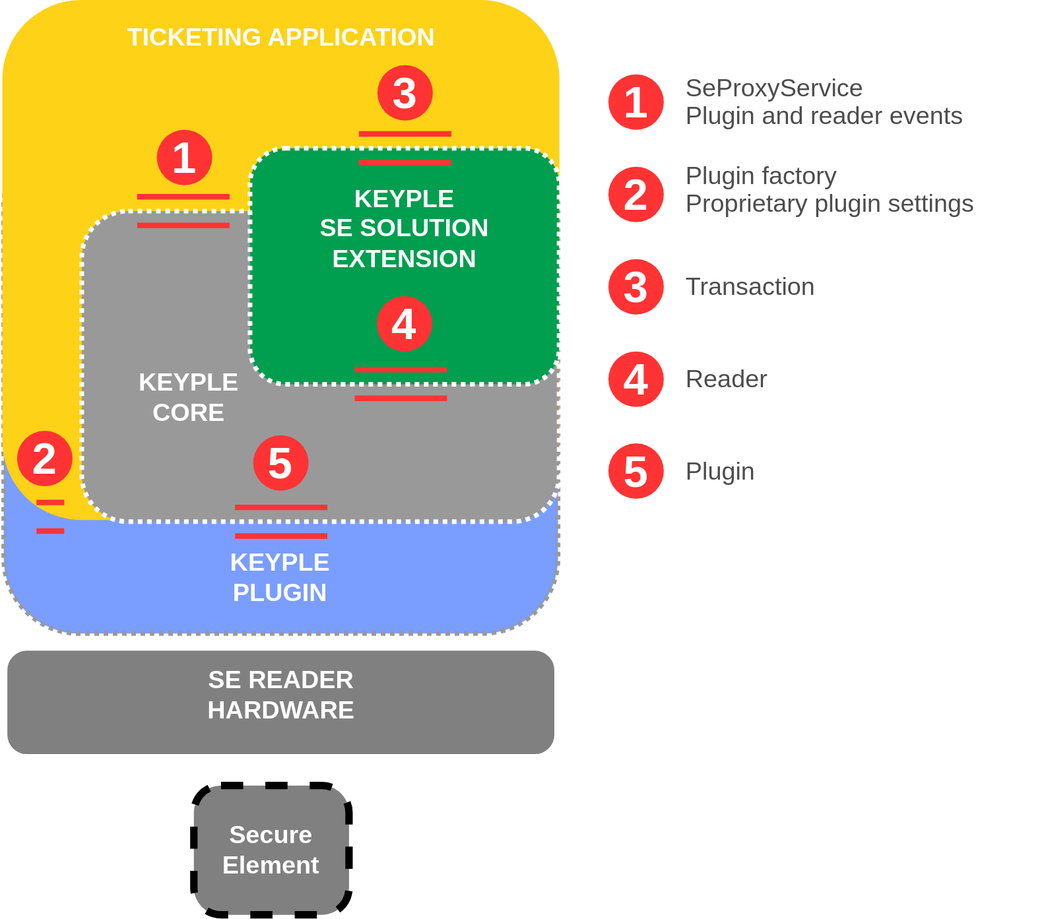
Above: content/docs/API Reference/keyple-interfaces.svg in jeanpierrefortune/keyple-website-1 (draw.io), before the change. Source tidied: cells renumbered, new cells last; positions are measured from the earlier drawing's top-left corner, leaving out a move shared by most shapes.
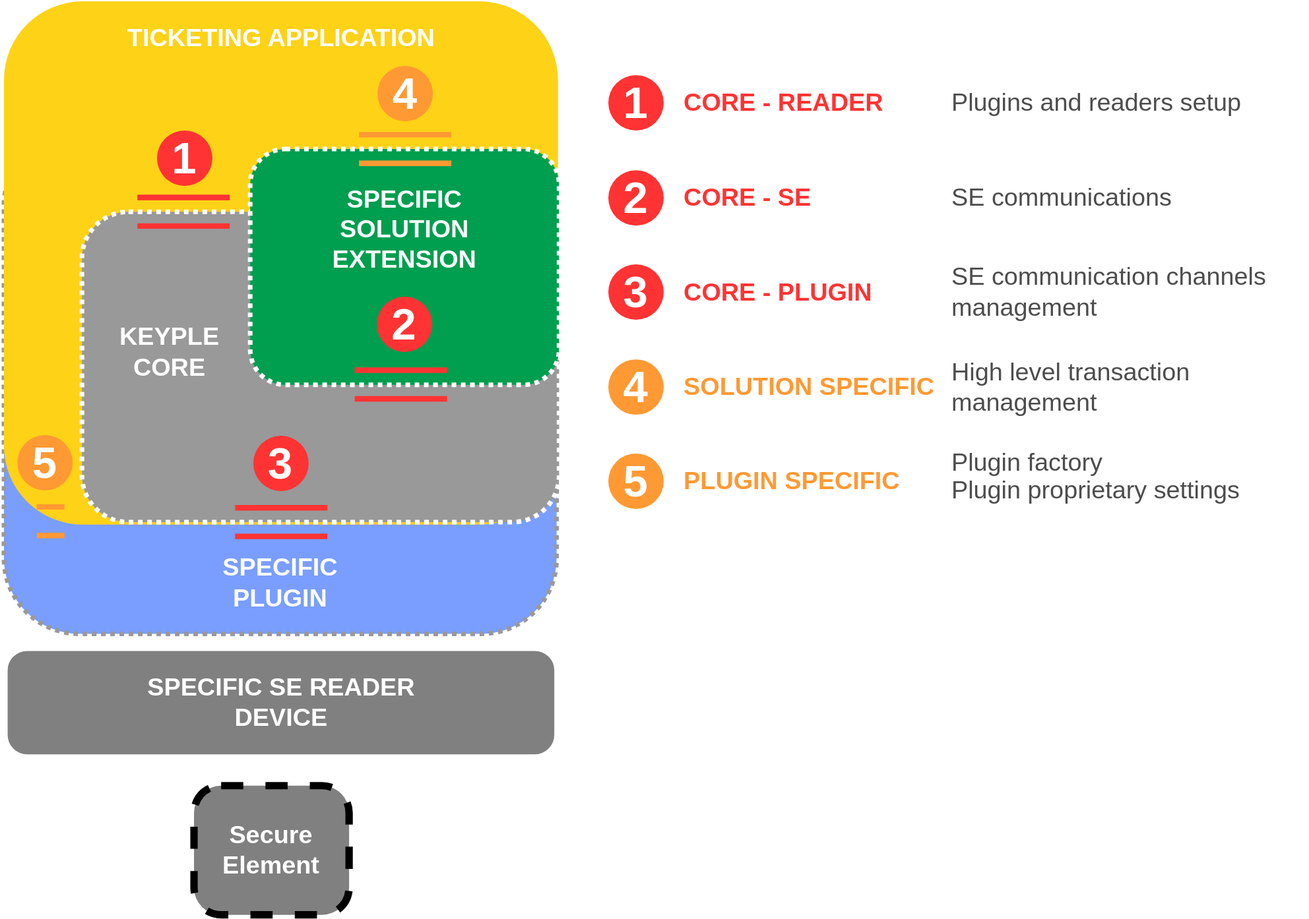
After the change.

Diff of the diagram source:
```diff
@@ -3,25 +3,25 @@
     <mxCell id="0" />
     <mxCell id="1" parent="0" />
     <mxCell id="2" style="whiteSpace=wrap;html=1;rounded=1;shadow=0;strokeWidth=5;fontSize=20;align=center;fillColor=#7A9EFF;strokeColor=#999999;dashed=1;dashPattern=1 1;" parent="1" vertex="1">
-      <mxGeometry x="0.5" y="139" width="600" height="545.5" as="geometry" />
+      <mxGeometry x="0.5" y="139" width="598.5" height="545.5" as="geometry" />
     </mxCell>
-    <mxCell id="3" style="whiteSpace=wrap;html=1;rounded=1;shadow=0;strokeWidth=3;fontSize=20;align=center;fillColor=#FED217;strokeColor=#FED217;" parent="1" vertex="1">
-      <mxGeometry x="0.5" width="600" height="560" as="geometry" />
+    <mxCell id="3" style="whiteSpace=wrap;html=1;rounded=1;shadow=0;strokeWidth=3;fontSize=20;align=center;fillColor=#FED217;strokeColor=none;" parent="1" vertex="1">
+      <mxGeometry x="0.5" y="-1" width="600" height="567" as="geometry" />
     </mxCell>
     <mxCell id="4" value="TICKETING APPLICATION" style="text;html=1;strokeColor=none;fillColor=none;align=center;verticalAlign=middle;whiteSpace=wrap;rounded=0;shadow=0;fontSize=27;fontColor=#FFFFFF;fontStyle=1;" parent="1" vertex="1">
-      <mxGeometry x="99.9" y="19" width="401.9" height="40.4" as="geometry" />
+      <mxGeometry x="99.5" y="19" width="401.9" height="40.4" as="geometry" />
     </mxCell>
     <mxCell id="5" value="KEYPLE&lt;br&gt;CORE" style="text;html=1;strokeColor=none;fillColor=none;align=center;verticalAlign=middle;whiteSpace=wrap;rounded=0;shadow=0;fontSize=27;fontColor=#FFFFFF;fontStyle=1;" parent="1" vertex="1">
       <mxGeometry x="116.2" y="489.4" width="188.4" height="40.4" as="geometry" />
     </mxCell>
-    <mxCell id="6" value="KEYPLE&lt;br&gt;PLUGIN" style="text;html=1;strokeColor=none;fillColor=none;align=center;verticalAlign=middle;whiteSpace=wrap;rounded=0;shadow=0;fontSize=27;fontColor=#FFFFFF;fontStyle=1;" parent="1" vertex="1">
-      <mxGeometry x="206.3" y="603.7" width="188.4" height="40.4" as="geometry" />
+    <mxCell id="6" value="SPECIFIC&lt;br&gt;PLUGIN" style="text;html=1;strokeColor=none;fillColor=none;align=center;verticalAlign=middle;whiteSpace=wrap;rounded=0;shadow=0;fontSize=27;fontColor=#FFFFFF;fontStyle=1;" parent="1" vertex="1">
+      <mxGeometry x="206.3" y="609" width="188.4" height="40.4" as="geometry" />
     </mxCell>
     <mxCell id="7" style="whiteSpace=wrap;html=1;rounded=1;shadow=0;strokeWidth=8;fontSize=20;align=center;strokeColor=#FFFFFF;arcSize=21;fillColor=#808080;" parent="1" vertex="1">
       <mxGeometry x="0.5" y="699" width="600" height="120" as="geometry" />
     </mxCell>
-    <mxCell id="8" value="SE READER&lt;br&gt;HARDWARE" style="text;html=1;strokeColor=none;fillColor=none;align=center;verticalAlign=middle;whiteSpace=wrap;rounded=0;shadow=0;fontSize=27;fontColor=#FFFFFF;fontStyle=1;" parent="1" vertex="1">
-      <mxGeometry x="206.7" y="731" width="188.4" height="40.4" as="geometry" />
+    <mxCell id="8" value="SPECIFIC SE READER&lt;br&gt;DEVICE" style="text;html=1;strokeColor=none;fillColor=none;align=center;verticalAlign=middle;whiteSpace=wrap;rounded=0;shadow=0;fontSize=27;fontColor=#FFFFFF;fontStyle=1;" parent="1" vertex="1">
+      <mxGeometry x="85.8" y="738.8" width="430" height="40.4" as="geometry" />
     </mxCell>
     <mxCell id="9" value="&lt;span style=&quot;color: rgb(255 , 255 , 255) ; font-size: 27px ; font-weight: 700&quot;&gt;Secure&lt;/span&gt;&lt;br style=&quot;color: rgb(255 , 255 , 255) ; font-size: 27px ; font-weight: 700&quot;&gt;&lt;span style=&quot;color: rgb(255 , 255 , 255) ; font-size: 27px ; font-weight: 700&quot;&gt;Element&lt;/span&gt;" style="whiteSpace=wrap;html=1;rounded=1;shadow=0;strokeWidth=8;fontSize=20;align=center;arcSize=21;fillColor=#808080;dashed=1;" parent="1" vertex="1">
       <mxGeometry x="206.3" y="849" width="168" height="140" as="geometry" />
@@ -29,38 +29,8 @@
     <mxCell id="10" style="whiteSpace=wrap;html=1;rounded=1;shadow=0;strokeWidth=5;fontSize=20;align=center;strokeColor=#FFFFFF;fillColor=#999999;dashed=1;dashPattern=1 1;" parent="1" vertex="1">
       <mxGeometry x="85" y="227" width="516.7" height="336.4" as="geometry" />
     </mxCell>
-    <mxCell id="11" style="group;" parent="1" vertex="1">
-      <mxGeometry x="267.2" y="159" width="470" height="300" as="geometry" />
-    </mxCell>
-    <mxCell id="12" style="whiteSpace=wrap;html=1;rounded=1;shadow=0;strokeWidth=5;fontSize=20;align=center;strokeColor=#FFFFFF;fillColor=#009E4F;dashed=1;dashPattern=1 1;" parent="11" vertex="1">
-      <mxGeometry width="334.5" height="255.6" as="geometry" />
-    </mxCell>
-    <mxCell id="13" value="KEYPLE&lt;br&gt;SE SOLUTION&lt;br&gt;EXTENSION" style="text;html=1;strokeColor=none;fillColor=none;align=center;verticalAlign=middle;whiteSpace=wrap;rounded=0;shadow=0;fontSize=27;fontColor=#FFFFFF;fontStyle=1;" parent="11" vertex="1">
-      <mxGeometry x="-31.2" y="40" width="396.9" height="94.2" as="geometry" />
-    </mxCell>
-    <mxCell id="14" value="&lt;b&gt;&lt;font style=&quot;font-size: 48px&quot; color=&quot;#ffffff&quot;&gt;4&lt;/font&gt;&lt;/b&gt;" style="ellipse;whiteSpace=wrap;html=1;fillColor=#FF3333;strokeColor=none;" parent="11" vertex="1">
-      <mxGeometry x="137.2" y="160" width="60" height="60" as="geometry" />
-    </mxCell>
-    <mxCell id="15" style="group;" parent="11" vertex="1">
-      <mxGeometry x="387.8" y="20" width="60" height="260" as="geometry" />
-    </mxCell>
-    <mxCell id="16" style="group;" parent="15" vertex="1">
-      <mxGeometry width="60" height="260" as="geometry" />
-    </mxCell>
-    <mxCell id="17" style="group;" parent="16" vertex="1">
-      <mxGeometry width="60" height="260" as="geometry" />
-    </mxCell>
-    <mxCell id="18" value="&lt;b&gt;&lt;font style=&quot;font-size: 48px&quot; color=&quot;#ffffff&quot;&gt;2&lt;/font&gt;&lt;/b&gt;" style="ellipse;whiteSpace=wrap;html=1;fillColor=#FF3333;strokeColor=none;" parent="17" vertex="1">
-      <mxGeometry width="60" height="60" as="geometry" />
-    </mxCell>
-    <mxCell id="19" value="&lt;b&gt;&lt;font style=&quot;font-size: 48px&quot; color=&quot;#ffffff&quot;&gt;3&lt;/font&gt;&lt;/b&gt;" style="ellipse;whiteSpace=wrap;html=1;fillColor=#FF3333;strokeColor=none;" parent="17" vertex="1">
-      <mxGeometry y="100" width="60" height="60" as="geometry" />
-    </mxCell>
-    <mxCell id="20" value="&lt;b&gt;&lt;font style=&quot;font-size: 48px&quot; color=&quot;#ffffff&quot;&gt;4&lt;/font&gt;&lt;/b&gt;" style="ellipse;whiteSpace=wrap;html=1;fillColor=#FF3333;strokeColor=none;" parent="17" vertex="1">
-      <mxGeometry y="200" width="60" height="60" as="geometry" />
-    </mxCell>
     <mxCell id="21" value="KEYPLE&lt;br&gt;CORE" style="text;html=1;strokeColor=none;fillColor=none;align=center;verticalAlign=middle;whiteSpace=wrap;rounded=0;shadow=0;fontSize=27;fontColor=#FFFFFF;fontStyle=1;" parent="1" vertex="1">
-      <mxGeometry x="107.5" y="408.6" width="188.4" height="40.4" as="geometry" />
+      <mxGeometry x="85.8" y="358.6" width="188.4" height="40.4" as="geometry" />
     </mxCell>
     <mxCell id="22" style="shape=link;html=1;fillColor=#FF3333;width=26;strokeWidth=6;strokeColor=#FF3333;" parent="1" edge="1">
       <mxGeometry relative="1" as="geometry">
@@ -68,22 +38,10 @@
         <mxPoint x="245" y="227" as="targetPoint" />
       </mxGeometry>
     </mxCell>
-    <mxCell id="23" style="shape=link;html=1;fillColor=#FF3333;width=26;strokeWidth=6;strokeColor=#FF3333;" parent="1" edge="1">
-      <mxGeometry relative="1" as="geometry">
-        <mxPoint x="385" y="159" as="sourcePoint" />
-        <mxPoint x="485" y="159" as="targetPoint" />
-      </mxGeometry>
-    </mxCell>
-    <mxCell id="24" style="shape=link;html=1;fillColor=#FF3333;width=26;strokeWidth=6;strokeColor=#FF3333;" parent="1" edge="1">
-      <mxGeometry relative="1" as="geometry">
-        <mxPoint x="380.4" y="414.2" as="sourcePoint" />
-        <mxPoint x="480.4" y="414.2" as="targetPoint" />
-      </mxGeometry>
-    </mxCell>
-    <mxCell id="25" style="shape=link;html=1;fillColor=#FF3333;width=26;strokeWidth=6;strokeColor=#FF3333;" parent="1" edge="1">
+    <mxCell id="25" style="shape=link;html=1;fillColor=#FF3333;width=26;strokeWidth=6;strokeColor=#FF9933;" parent="1" edge="1">
       <mxGeometry relative="1" as="geometry">
-        <mxPoint x="36" y="558" as="sourcePoint" />
-        <mxPoint x="66" y="558" as="targetPoint" />
+        <mxPoint x="36" y="562.4" as="sourcePoint" />
+        <mxPoint x="66" y="562.4" as="targetPoint" />
       </mxGeometry>
     </mxCell>
     <mxCell id="26" style="shape=link;html=1;fillColor=#FF3333;width=26;strokeWidth=6;strokeColor=#FF3333;" parent="1" edge="1">
@@ -95,47 +53,101 @@
     <mxCell id="27" value="&lt;b&gt;&lt;font style=&quot;font-size: 48px&quot; color=&quot;#ffffff&quot;&gt;1&lt;/font&gt;&lt;/b&gt;" style="ellipse;whiteSpace=wrap;html=1;fillColor=#FF3333;strokeColor=none;" parent="1" vertex="1">
       <mxGeometry x="166.2" y="139" width="60" height="60" as="geometry" />
     </mxCell>
-    <mxCell id="28" value="&lt;b&gt;&lt;font style=&quot;font-size: 48px&quot; color=&quot;#ffffff&quot;&gt;3&lt;/font&gt;&lt;/b&gt;" style="ellipse;whiteSpace=wrap;html=1;fillColor=#FF3333;strokeColor=none;" parent="1" vertex="1">
+    <mxCell id="28" value="&lt;b&gt;&lt;font style=&quot;font-size: 48px&quot; color=&quot;#ffffff&quot;&gt;4&lt;/font&gt;&lt;/b&gt;" style="ellipse;whiteSpace=wrap;html=1;strokeColor=none;fillColor=#FF9933;" parent="1" vertex="1">
       <mxGeometry x="405" y="69" width="60" height="60" as="geometry" />
     </mxCell>
+    <mxCell id="30" value="&lt;b&gt;&lt;font style=&quot;font-size: 48px&quot; color=&quot;#ffffff&quot;&gt;3&lt;/font&gt;&lt;/b&gt;" style="ellipse;whiteSpace=wrap;html=1;fillColor=#FF3333;strokeColor=none;" parent="1" vertex="1">
+      <mxGeometry x="270.5" y="469.7" width="60" height="60" as="geometry" />
+    </mxCell>
-    <mxCell id="29" value="&lt;b&gt;&lt;font style=&quot;font-size: 48px&quot; color=&quot;#ffffff&quot;&gt;2&lt;/font&gt;&lt;/b&gt;" style="ellipse;whiteSpace=wrap;html=1;fillColor=#FF3333;strokeColor=none;" parent="1" vertex="1">
-      <mxGeometry x="15" y="465" width="60" height="60" as="geometry" />
+    <mxCell id="29" value="&lt;b&gt;&lt;font style=&quot;font-size: 48px&quot; color=&quot;#ffffff&quot;&gt;5&lt;/font&gt;&lt;/b&gt;" style="ellipse;whiteSpace=wrap;html=1;strokeColor=none;fillColor=#FF9933;" parent="1" vertex="1">
+      <mxGeometry x="15" y="469" width="60" height="60" as="geometry" />
     </mxCell>
-    <mxCell id="30" value="&lt;b&gt;&lt;font style=&quot;font-size: 48px&quot; color=&quot;#ffffff&quot;&gt;5&lt;/font&gt;&lt;/b&gt;" style="ellipse;whiteSpace=wrap;html=1;fillColor=#FF3333;strokeColor=none;" parent="1" vertex="1">
-      <mxGeometry x="270.5" y="469.7" width="60" height="60" as="geometry" />
-    </mxCell>
-    <mxCell id="31" value="&lt;b&gt;&lt;font style=&quot;font-size: 48px&quot; color=&quot;#ffffff&quot;&gt;1&lt;/font&gt;&lt;/b&gt;" style="ellipse;whiteSpace=wrap;html=1;fillColor=#FF3333;strokeColor=none;" parent="1" vertex="1">
-      <mxGeometry x="655" y="79" width="60" height="60" as="geometry" />
-    </mxCell>
-    <mxCell id="32" value="Transaction" style="text;html=1;strokeColor=none;fillColor=none;align=left;verticalAlign=middle;whiteSpace=wrap;rounded=0;fontSize=27;fontColor=#4D4D4D;" parent="1" vertex="1">
-      <mxGeometry x="737.2" y="299" width="387.8" height="20" as="geometry" />
-    </mxCell>
-    <mxCell id="33" value="Reader" style="text;html=1;strokeColor=none;fillColor=none;align=left;verticalAlign=middle;whiteSpace=wrap;rounded=0;fontSize=27;fontColor=#4D4D4D;" parent="1" vertex="1">
-      <mxGeometry x="737.2" y="399" width="387.8" height="20" as="geometry" />
-    </mxCell>
-    <mxCell id="34" value="&lt;b&gt;&lt;font style=&quot;font-size: 48px&quot; color=&quot;#ffffff&quot;&gt;5&lt;/font&gt;&lt;/b&gt;" style="ellipse;whiteSpace=wrap;html=1;fillColor=#FF3333;strokeColor=none;" parent="1" vertex="1">
-      <mxGeometry x="655" y="478.5" width="60" height="60" as="geometry" />
-    </mxCell>
-    <mxCell id="35" value="Plugin" style="text;html=1;strokeColor=none;fillColor=none;align=left;verticalAlign=middle;whiteSpace=wrap;rounded=0;fontSize=27;fontColor=#4D4D4D;" parent="1" vertex="1">
-      <mxGeometry x="737.2" y="498.5" width="387.8" height="20" as="geometry" />
-    </mxCell>
-    <mxCell id="36" style="group;" parent="1" vertex="1">
-      <mxGeometry x="737.2" y="84" width="387.8" height="50" as="geometry" />
-    </mxCell>
-    <mxCell id="37" value="SeProxyService" style="text;html=1;strokeColor=none;fillColor=none;align=left;verticalAlign=middle;whiteSpace=wrap;rounded=0;fontSize=27;fontColor=#4D4D4D;" parent="36" vertex="1">
-      <mxGeometry width="387.8" height="20" as="geometry" />
-    </mxCell>
-    <mxCell id="38" value="Plugin and reader events" style="text;html=1;strokeColor=none;fillColor=none;align=left;verticalAlign=middle;whiteSpace=wrap;rounded=0;fontSize=27;fontColor=#4D4D4D;" parent="36" vertex="1">
-      <mxGeometry y="30" width="387.8" height="20" as="geometry" />
-    </mxCell>
+    <mxCell id="12" style="whiteSpace=wrap;html=1;rounded=1;shadow=0;strokeWidth=5;fontSize=20;align=center;strokeColor=#FFFFFF;fillColor=#009E4F;dashed=1;dashPattern=1 1;" parent="1" vertex="1">
+      <mxGeometry x="267.2" y="159" width="334.5" height="255.6" as="geometry" />
+    </mxCell>
+    <mxCell id="13" value="SPECIFIC&lt;br&gt;SOLUTION&lt;br&gt;EXTENSION" style="text;html=1;strokeColor=none;fillColor=none;align=center;verticalAlign=middle;whiteSpace=wrap;rounded=0;shadow=0;fontSize=27;fontColor=#FFFFFF;fontStyle=1;" parent="1" vertex="1">
+      <mxGeometry x="235.9" y="199" width="396.9" height="94.2" as="geometry" />
+    </mxCell>
+    <mxCell id="14" value="&lt;b&gt;&lt;font style=&quot;font-size: 48px&quot; color=&quot;#ffffff&quot;&gt;2&lt;/font&gt;&lt;/b&gt;" style="ellipse;whiteSpace=wrap;html=1;fillColor=#FF3333;strokeColor=none;" parent="1" vertex="1">
+      <mxGeometry x="404.4" y="319" width="60" height="60" as="geometry" />
+    </mxCell>
+    <mxCell id="42" style="group;" parent="1" vertex="1">
+      <mxGeometry x="655" y="489" width="757.8" height="60" as="geometry" />
+    </mxCell>
-    <mxCell id="39" style="group;" parent="1" vertex="1">
-      <mxGeometry x="737.2" y="179" width="387.8" height="50" as="geometry" />
+    <mxCell id="39" style="group;" parent="42" vertex="1">
+      <mxGeometry x="370" width="387.8" height="50" as="geometry" />
     </mxCell>
     <mxCell id="40" value="Plugin factory" style="text;html=1;strokeColor=none;fillColor=none;align=left;verticalAlign=middle;whiteSpace=wrap;rounded=0;fontSize=27;fontColor=#4D4D4D;" parent="39" vertex="1">
       <mxGeometry width="387.8" height="20" as="geometry" />
     </mxCell>
-    <mxCell id="41" value="Proprietary plugin settings" style="text;html=1;strokeColor=none;fillColor=none;align=left;verticalAlign=middle;whiteSpace=wrap;rounded=0;fontSize=27;fontColor=#4D4D4D;" parent="39" vertex="1">
+    <mxCell id="41" value="Plugin proprietary settings" style="text;html=1;strokeColor=none;fillColor=none;align=left;verticalAlign=middle;whiteSpace=wrap;rounded=0;fontSize=27;fontColor=#4D4D4D;" parent="39" vertex="1">
       <mxGeometry y="30" width="387.8" height="20" as="geometry" />
     </mxCell>
+    <mxCell id="43" value="PLUGIN SPECIFIC" style="text;html=1;strokeColor=none;fillColor=none;align=left;verticalAlign=middle;whiteSpace=wrap;rounded=0;fontSize=27;fontFamily=Helvetica;fontStyle=1;fontColor=#FF9933;" parent="42" vertex="1">
+      <mxGeometry x="80" y="20" width="340" height="20" as="geometry" />
+    </mxCell>
+    <mxCell id="18" value="&lt;b&gt;&lt;font style=&quot;font-size: 48px&quot; color=&quot;#ffffff&quot;&gt;5&lt;/font&gt;&lt;/b&gt;" style="ellipse;whiteSpace=wrap;html=1;strokeColor=none;fillColor=#FF9933;" parent="42" vertex="1">
+      <mxGeometry width="60" height="60" as="geometry" />
+    </mxCell>
+    <mxCell id="44" style="group;" parent="1" vertex="1">
+      <mxGeometry x="655" y="387" width="757.8" height="60" as="geometry" />
+    </mxCell>
+    <mxCell id="32" value="High level transaction management" style="text;html=1;strokeColor=none;fillColor=none;align=left;verticalAlign=middle;whiteSpace=wrap;rounded=0;fontSize=27;fontColor=#4D4D4D;" parent="44" vertex="1">
+      <mxGeometry x="370" y="20" width="387.8" height="20" as="geometry" />
+    </mxCell>
+    <mxCell id="45" value="SOLUTION SPECIFIC" style="text;html=1;strokeColor=none;fillColor=none;align=left;verticalAlign=middle;whiteSpace=wrap;rounded=0;fontSize=27;fontFamily=Helvetica;fontStyle=1;fontColor=#FF9933;" parent="44" vertex="1">
+      <mxGeometry x="80" y="20" width="340" height="20" as="geometry" />
+    </mxCell>
+    <mxCell id="19" value="&lt;b&gt;&lt;font style=&quot;font-size: 48px&quot; color=&quot;#ffffff&quot;&gt;4&lt;/font&gt;&lt;/b&gt;" style="ellipse;whiteSpace=wrap;html=1;strokeColor=none;fillColor=#FF9933;" parent="44" vertex="1">
+      <mxGeometry width="60" height="60" as="geometry" />
+    </mxCell>
+    <mxCell id="46" style="group;" parent="1" vertex="1">
+      <mxGeometry x="655" y="182" width="757.8" height="60" as="geometry" />
+    </mxCell>
+    <mxCell id="33" value="SE communications" style="text;html=1;strokeColor=none;fillColor=none;align=left;verticalAlign=middle;whiteSpace=wrap;rounded=0;fontSize=27;fontColor=#4D4D4D;" parent="46" vertex="1">
+      <mxGeometry x="370" y="20" width="387.8" height="20" as="geometry" />
+    </mxCell>
+    <mxCell id="47" value="CORE - SE" style="text;html=1;strokeColor=none;fillColor=none;align=left;verticalAlign=middle;whiteSpace=wrap;rounded=0;fontSize=27;fontFamily=Helvetica;fontStyle=1;fontColor=#FF3333;" parent="46" vertex="1">
+      <mxGeometry x="80" y="20" width="170" height="20" as="geometry" />
+    </mxCell>
+    <mxCell id="20" value="&lt;b&gt;&lt;font style=&quot;font-size: 48px&quot; color=&quot;#ffffff&quot;&gt;2&lt;/font&gt;&lt;/b&gt;" style="ellipse;whiteSpace=wrap;html=1;fillColor=#FF3333;strokeColor=none;" parent="46" vertex="1">
+      <mxGeometry width="60" height="60" as="geometry" />
+    </mxCell>
+    <mxCell id="48" style="group;" parent="1" vertex="1">
+      <mxGeometry x="655" y="284" width="757.8" height="60" as="geometry" />
+    </mxCell>
+    <mxCell id="34" value="&lt;b&gt;&lt;font style=&quot;font-size: 48px&quot; color=&quot;#ffffff&quot;&gt;3&lt;/font&gt;&lt;/b&gt;" style="ellipse;whiteSpace=wrap;html=1;fillColor=#FF3333;strokeColor=none;" parent="48" vertex="1">
+      <mxGeometry width="60" height="60" as="geometry" />
+    </mxCell>
+    <mxCell id="35" value="SE communication channels management" style="text;html=1;strokeColor=none;fillColor=none;align=left;verticalAlign=middle;whiteSpace=wrap;rounded=0;fontSize=27;fontColor=#4D4D4D;" parent="48" vertex="1">
+      <mxGeometry x="370" y="20" width="387.8" height="20" as="geometry" />
+    </mxCell>
+    <mxCell id="49" value="CORE - PLUGIN" style="text;html=1;strokeColor=none;fillColor=none;align=left;verticalAlign=middle;whiteSpace=wrap;rounded=0;fontSize=27;fontFamily=Helvetica;fontStyle=1;fontColor=#FF3333;" parent="48" vertex="1">
+      <mxGeometry x="80" y="20.5" width="280" height="20" as="geometry" />
+    </mxCell>
+    <mxCell id="50" style="group;" parent="1" vertex="1">
+      <mxGeometry x="655" y="79" width="757.8" height="60" as="geometry" />
+    </mxCell>
+    <mxCell id="31" value="&lt;b&gt;&lt;font style=&quot;font-size: 48px&quot; color=&quot;#ffffff&quot;&gt;1&lt;/font&gt;&lt;/b&gt;" style="ellipse;whiteSpace=wrap;html=1;fillColor=#FF3333;strokeColor=none;" parent="50" vertex="1">
+      <mxGeometry width="60" height="60" as="geometry" />
+    </mxCell>
+    <mxCell id="51" value="CORE - READER" style="text;html=1;strokeColor=none;fillColor=none;align=left;verticalAlign=middle;whiteSpace=wrap;rounded=0;fontSize=27;fontFamily=Helvetica;fontStyle=1;fontColor=#FF3333;" parent="50" vertex="1">
+      <mxGeometry x="80" y="20" width="250" height="20" as="geometry" />
+    </mxCell>
+    <mxCell id="38" value="Plugins and readers setup" style="text;html=1;strokeColor=none;fillColor=none;align=left;verticalAlign=middle;whiteSpace=wrap;rounded=0;fontSize=27;fontColor=#4D4D4D;" parent="50" vertex="1">
+      <mxGeometry x="370" y="20" width="387.8" height="20" as="geometry" />
+    </mxCell>
+    <mxCell id="24" style="shape=link;html=1;fillColor=#FF3333;width=26;strokeWidth=6;strokeColor=#FF3333;" parent="1" edge="1">
+      <mxGeometry relative="1" as="geometry">
+        <mxPoint x="380.4" y="414.2" as="sourcePoint" />
+        <mxPoint x="480.4" y="414.2" as="targetPoint" />
+      </mxGeometry>
+    </mxCell>
+    <mxCell id="23" style="shape=link;html=1;fillColor=#FF3333;width=26;strokeWidth=6;strokeColor=#FF9933;" parent="1" edge="1">
+      <mxGeometry relative="1" as="geometry">
+        <mxPoint x="385" y="159" as="sourcePoint" />
+        <mxPoint x="485" y="159" as="targetPoint" />
+      </mxGeometry>
+    </mxCell>
   </root>
 </mxGraphModel>
```
